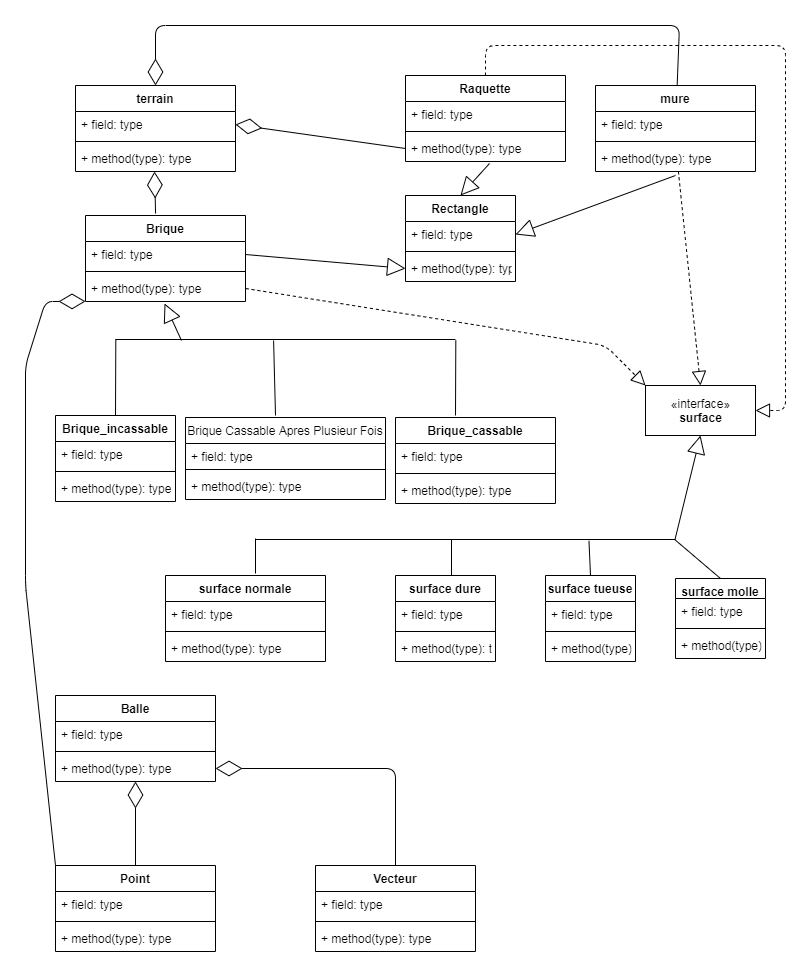
The draw.io diagram develop/Diagram de classe_3.png in MedAnisse/Projet_Cassebrique, before a commit. Source tidied: cells renumbered, new cells last; positions are measured from the earlier drawing's top-left corner, leaving out a move shared by most shapes.
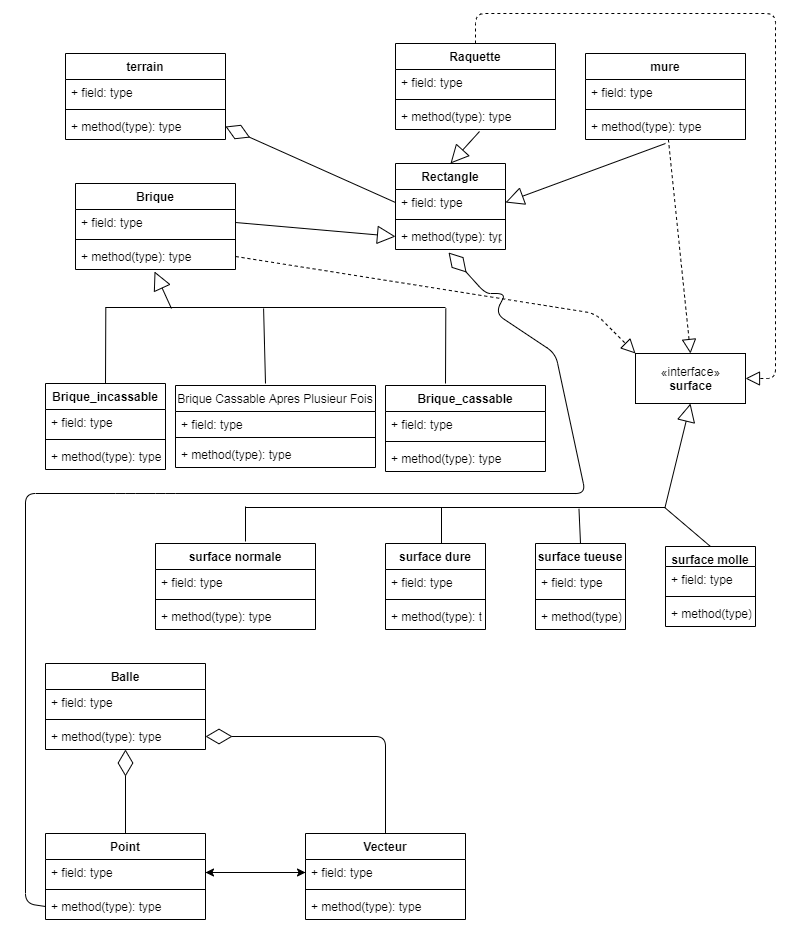
After the change.

Commit message:
changement de photo Diagramme de classe une deuxeme fois

Change to the diagram source:
```diff
@@ -2,18 +2,7 @@
   <root>
     <mxCell id="0" />
     <mxCell id="1" parent="0" />
-    <mxCell id="2" style="endArrow=diamondThin;endFill=0;endSize=24;html=1;entryX=0.5;entryY=0;entryDx=0;entryDy=0;" parent="1" edge="1" source="19" target="15">
-      <mxGeometry relative="1" as="geometry">
-        <Array as="points">
-          <mxPoint x="654" />
-          <mxPoint x="130" />
-        </Array>
-      </mxGeometry>
-    </mxCell>
-    <mxCell id="3" style="endArrow=diamondThin;endFill=0;endSize=24;html=1;exitX=0.438;exitY=-0.023;exitDx=0;exitDy=0;entryX=0.494;entryY=1;entryDx=0;entryDy=0;entryPerimeter=0;exitPerimeter=0;" parent="1" edge="1" source="27" target="18">
-      <mxGeometry relative="1" as="geometry" />
-    </mxCell>
-    <mxCell id="4" style="endArrow=diamondThin;endFill=0;endSize=24;html=1;exitX=0;exitY=0.5;exitDx=0;exitDy=0;entryX=1;entryY=0.5;entryDx=0;entryDy=0;" parent="1" edge="1" source="42" target="16">
+    <mxCell id="4" style="endArrow=diamondThin;endFill=0;endSize=24;html=1;exitX=0;exitY=0.5;exitDx=0;exitDy=0;entryX=1;entryY=0.5;entryDx=0;entryDy=0;" parent="1" edge="1" source="48" target="18">
       <mxGeometry relative="1" as="geometry" />
     </mxCell>
     <mxCell id="5" style="line;strokeWidth=1;fillColor=none;align=left;verticalAlign=middle;spacingTop=-1;spacingLeft=3;spacingRight=3;labelPosition=right;points=[];portConstraint=eastwest;" parent="1" vertex="1">
@@ -274,12 +263,18 @@
     <mxCell id="81" value="«interface»&lt;br&gt;&lt;span style=&quot;font-weight: 700&quot;&gt;surface&lt;/span&gt;" style="html=1;" parent="1" vertex="1">
       <mxGeometry x="620" y="360" width="110" height="50" as="geometry" />
     </mxCell>
-    <mxCell id="82" style="endArrow=diamondThin;endFill=0;endSize=24;html=1;exitX=0;exitY=0;exitDx=0;exitDy=0;entryX=0;entryY=0.995;entryDx=0;entryDy=0;entryPerimeter=0;" parent="1" edge="1" source="60" target="30">
+    <mxCell id="82" style="endArrow=diamondThin;endFill=0;endSize=24;html=1;exitX=0;exitY=0.5;exitDx=0;exitDy=0;entryX=0.482;entryY=1.115;entryDx=0;entryDy=0;entryPerimeter=0;" parent="1" edge="1" source="63" target="50">
       <mxGeometry relative="1" as="geometry">
         <Array as="points">
-          <mxPoint y="560" />
-          <mxPoint y="340" />
-          <mxPoint x="20" y="276" />
+          <mxPoint x="10" y="910" />
+          <mxPoint x="10" y="500" />
+          <mxPoint x="110" y="500" />
+          <mxPoint x="150" y="500" />
+          <mxPoint x="570" y="500" />
+          <mxPoint x="540" y="360" />
+          <mxPoint x="480" y="320" />
+          <mxPoint x="490" y="300" />
+          <mxPoint x="470" y="300" />
         </Array>
       </mxGeometry>
     </mxCell>
@@ -299,5 +294,11 @@
         <mxPoint y="-1" as="offset" />
       </mxGeometry>
     </mxCell>
+    <mxCell id="86" style="endArrow=classic;html=1;exitX=1;exitY=0.5;exitDx=0;exitDy=0;entryX=0;entryY=0.5;entryDx=0;entryDy=0;" parent="1" edge="1" source="61" target="56">
+      <mxGeometry relative="1" as="geometry" />
+    </mxCell>
+    <mxCell id="87" style="endArrow=classic;html=1;exitX=0;exitY=0.5;exitDx=0;exitDy=0;entryX=1;entryY=0.5;entryDx=0;entryDy=0;" parent="1" edge="1" source="56" target="61">
+      <mxGeometry relative="1" as="geometry" />
+    </mxCell>
   </root>
 </mxGraphModel>
```
